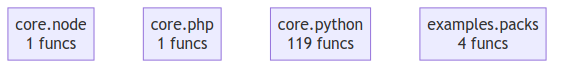
tellmesh/uricore keeps this Mermaid diagram as project/compact_flow.png. Above is the earlier version. Its source is kept beside it as project/compact_flow.mmd. Source of this version:
```mermaid
flowchart TD
    core__node["core.node<br/>1 funcs"]
    core__php["core.php<br/>1 funcs"]
    core__python["core.python<br/>119 funcs"]
    examples__packs["examples.packs<br/>4 funcs"]
```
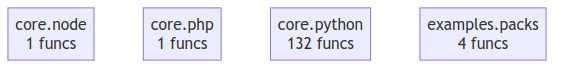
Later version of the same file.

Change to the diagram source:
```diff
@@ -1,5 +1,5 @@
 flowchart TD
     core__node["core.node<br/>1 funcs"]
     core__php["core.php<br/>1 funcs"]
-    core__python["core.python<br/>119 funcs"]
+    core__python["core.python<br/>132 funcs"]
     examples__packs["examples.packs<br/>4 funcs"]
```
